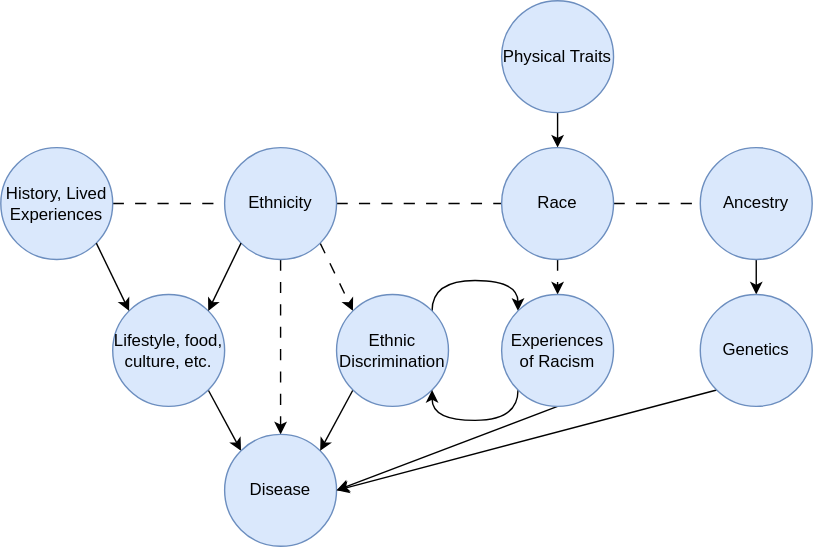
ihmeuw/vivarium_research keeps this draw.io diagram as docs/source/model_design/general_reference_material/bliss/race_ethnicity/big_diagram_v1.svg. Above is the earlier version. Source tidied: cells renumbered, new cells last; positions are measured from the earlier drawing's top-left corner, leaving out a move shared by most shapes.
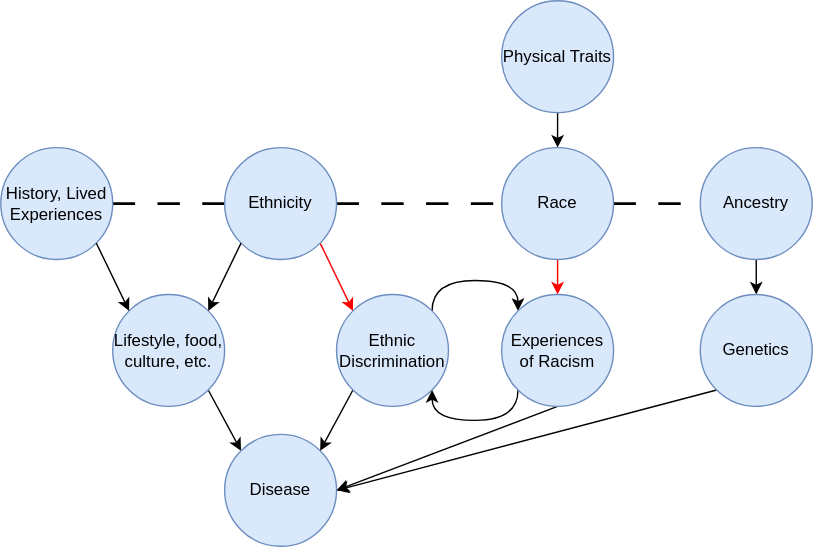
The same diagram one commit later.

Change to the diagram source:
```diff
@@ -2,7 +2,7 @@
   <root>
     <mxCell id="0" />
     <mxCell id="1" parent="0" />
-    <mxCell id="2" style="edgeStyle=orthogonalEdgeStyle;rounded=0;jettySize=auto;html=1;exitX=1;exitY=0.5;exitDx=0;exitDy=0;entryX=0;entryY=0.5;entryDx=0;entryDy=0;endArrow=none;endFill=0;dashed=1;dashPattern=8 8;" parent="1" edge="1" source="3" target="9">
+    <mxCell id="2" style="edgeStyle=orthogonalEdgeStyle;rounded=0;jettySize=auto;html=1;exitX=1;exitY=0.5;exitDx=0;exitDy=0;entryX=0;entryY=0.5;entryDx=0;entryDy=0;endArrow=none;endFill=0;dashed=1;dashPattern=8 8;strokeWidth=2;" parent="1" edge="1" source="3" target="9">
       <mxGeometry relative="1" as="geometry" />
     </mxCell>
     <mxCell id="3" value="History, Lived Experiences" style="ellipse;whiteSpace=wrap;html=1;fillColor=#dae8fc;strokeColor=#6c8ebf;" parent="1" vertex="1">
@@ -14,13 +14,10 @@
     <mxCell id="5" value="Lifestyle, food, culture, etc." style="ellipse;whiteSpace=wrap;html=1;fillColor=#dae8fc;strokeColor=#6c8ebf;" parent="1" vertex="1">
       <mxGeometry x="80" y="210" width="80" height="80" as="geometry" />
     </mxCell>
-    <mxCell id="6" style="rounded=0;jettySize=auto;html=1;exitX=1;exitY=1;exitDx=0;exitDy=0;entryX=0;entryY=0;entryDx=0;entryDy=0;dashed=1;dashPattern=8 8;" parent="1" edge="1" source="9" target="16">
+    <mxCell id="6" style="rounded=0;jettySize=auto;html=1;exitX=1;exitY=1;exitDx=0;exitDy=0;entryX=0;entryY=0;entryDx=0;entryDy=0;strokeColor=#ff0000;" parent="1" edge="1" source="9" target="16">
       <mxGeometry relative="1" as="geometry" />
     </mxCell>
-    <mxCell id="7" style="edgeStyle=orthogonalEdgeStyle;rounded=0;jettySize=auto;html=1;exitX=0.5;exitY=1;exitDx=0;exitDy=0;entryX=0.5;entryY=0;entryDx=0;entryDy=0;dashed=1;dashPattern=8 8;" parent="1" edge="1" source="9" target="13">
-      <mxGeometry relative="1" as="geometry" />
-    </mxCell>
-    <mxCell id="8" style="edgeStyle=orthogonalEdgeStyle;rounded=0;jettySize=auto;html=1;exitX=1;exitY=0.5;exitDx=0;exitDy=0;entryX=0;entryY=0.5;entryDx=0;entryDy=0;dashed=1;dashPattern=8 8;endArrow=none;endFill=0;" parent="1" edge="1" source="9" target="25">
+    <mxCell id="8" style="edgeStyle=orthogonalEdgeStyle;rounded=0;jettySize=auto;html=1;exitX=1;exitY=0.5;exitDx=0;exitDy=0;entryX=0;entryY=0.5;entryDx=0;entryDy=0;dashed=1;dashPattern=8 8;endArrow=none;endFill=0;strokeWidth=2;" parent="1" edge="1" source="9" target="25">
       <mxGeometry relative="1" as="geometry" />
     </mxCell>
     <mxCell id="9" value="Ethnicity" style="ellipse;whiteSpace=wrap;html=1;fillColor=#dae8fc;strokeColor=#6c8ebf;" parent="1" vertex="1">
@@ -52,7 +49,7 @@
     <mxCell id="16" value="Ethnic Discrimination" style="ellipse;whiteSpace=wrap;html=1;fillColor=#dae8fc;strokeColor=#6c8ebf;" parent="1" vertex="1">
       <mxGeometry x="240" y="210" width="80" height="80" as="geometry" />
     </mxCell>
-    <mxCell id="17" style="edgeStyle=orthogonalEdgeStyle;rounded=0;jettySize=auto;html=1;exitX=0.5;exitY=1;exitDx=0;exitDy=0;" parent="1" edge="1" source="18" target="25">
+    <mxCell id="17" style="edgeStyle=orthogonalEdgeStyle;rounded=0;jettySize=auto;html=1;exitX=0.5;exitY=1;exitDx=0;exitDy=0;strokeColor=#000000;" parent="1" edge="1" source="18" target="25">
       <mxGeometry relative="1" as="geometry" />
     </mxCell>
     <mxCell id="18" value="Physical Traits" style="ellipse;whiteSpace=wrap;html=1;fillColor=#dae8fc;strokeColor=#6c8ebf;" parent="1" vertex="1">
@@ -70,10 +67,10 @@
     <mxCell id="22" value="Genetics" style="ellipse;whiteSpace=wrap;html=1;fillColor=#dae8fc;strokeColor=#6c8ebf;" parent="1" vertex="1">
       <mxGeometry x="500" y="210" width="80" height="80" as="geometry" />
     </mxCell>
-    <mxCell id="23" style="edgeStyle=orthogonalEdgeStyle;rounded=0;jettySize=auto;html=1;exitX=0.5;exitY=1;exitDx=0;exitDy=0;entryX=0.5;entryY=0;entryDx=0;entryDy=0;dashed=1;dashPattern=8 8;" parent="1" edge="1" source="25" target="28">
+    <mxCell id="23" style="edgeStyle=orthogonalEdgeStyle;rounded=0;jettySize=auto;html=1;exitX=0.5;exitY=1;exitDx=0;exitDy=0;entryX=0.5;entryY=0;entryDx=0;entryDy=0;strokeColor=#ff0000;" parent="1" edge="1" source="25" target="28">
       <mxGeometry relative="1" as="geometry" />
     </mxCell>
-    <mxCell id="24" style="edgeStyle=orthogonalEdgeStyle;rounded=0;jettySize=auto;html=1;exitX=1;exitY=0.5;exitDx=0;exitDy=0;entryX=0;entryY=0.5;entryDx=0;entryDy=0;endArrow=none;endFill=0;dashed=1;dashPattern=8 8;" parent="1" edge="1" source="25" target="20">
+    <mxCell id="24" style="edgeStyle=orthogonalEdgeStyle;rounded=0;jettySize=auto;html=1;exitX=1;exitY=0.5;exitDx=0;exitDy=0;entryX=0;entryY=0.5;entryDx=0;entryDy=0;endArrow=none;endFill=0;dashed=1;dashPattern=8 8;strokeWidth=2;" parent="1" edge="1" source="25" target="20">
       <mxGeometry relative="1" as="geometry" />
     </mxCell>
     <mxCell id="25" value="Race" style="ellipse;whiteSpace=wrap;html=1;fillColor=#dae8fc;strokeColor=#6c8ebf;" parent="1" vertex="1">
```
